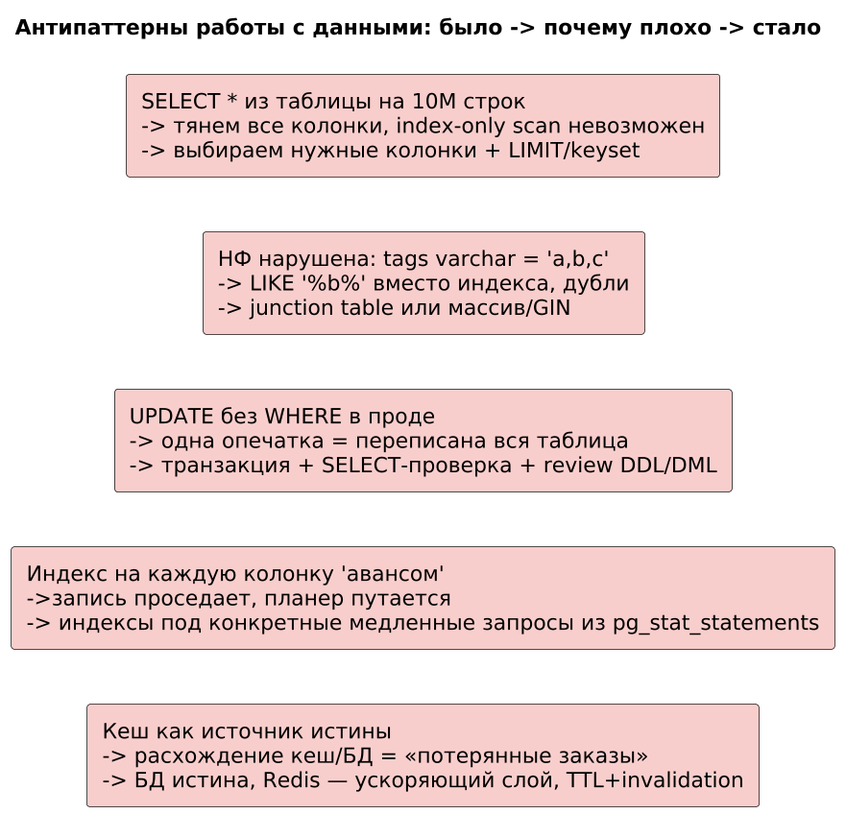
Above: images_m4/m4_09_antipatterns.png in maedodo11/fullstack-system-analyst (PlantUML), before the change. Its source is kept beside it as puml_m4/m4_09_antipatterns.puml. Source of this version:
```plantuml
@startuml m4_09_antipatterns
!pragma layout smetana
skinparam dpi 150
skinparam defaultFontName DejaVu Sans
title Антипаттерны работы с данными: было -> почему плохо -> стало

rectangle "SELECT * из таблицы на 10M строк\n-> тянем все колонки, index-only scan невозможен\n-> выбираем нужные колонки + LIMIT/keyset" as R1 #F8CECC {
}
rectangle "НФ нарушена: tags varchar = 'a,b,c'\n-> LIKE '%b%' вместо индекса, дубли\n-> junction table или массив/GIN" as R2 #F8CECC {
}
rectangle "UPDATE без WHERE в проде\n-> одна опечатка = переписана вся таблица\n-> транзакция + SELECT-проверка + review DDL/DML" as R3 #F8CECC {
}
rectangle "Индекс на каждую колонку 'авансом'\n->запись проседает, планер путается\n-> индексы под конкретные медленные запросы из pg_stat_statements" as R4 #F8CECC {
}
rectangle "Кеш как источник истины\n-> расхождение кеш/БД = «потерянные заказы»\n-> БД истина, Redis — ускоряющий слой, TTL+invalidation" as R5 #F8CECC {
}
R1 -[hidden]down-> R2
R2 -[hidden]down-> R3
R3 -[hidden]down-> R4
R4 -[hidden]down-> R5
@enduml
```
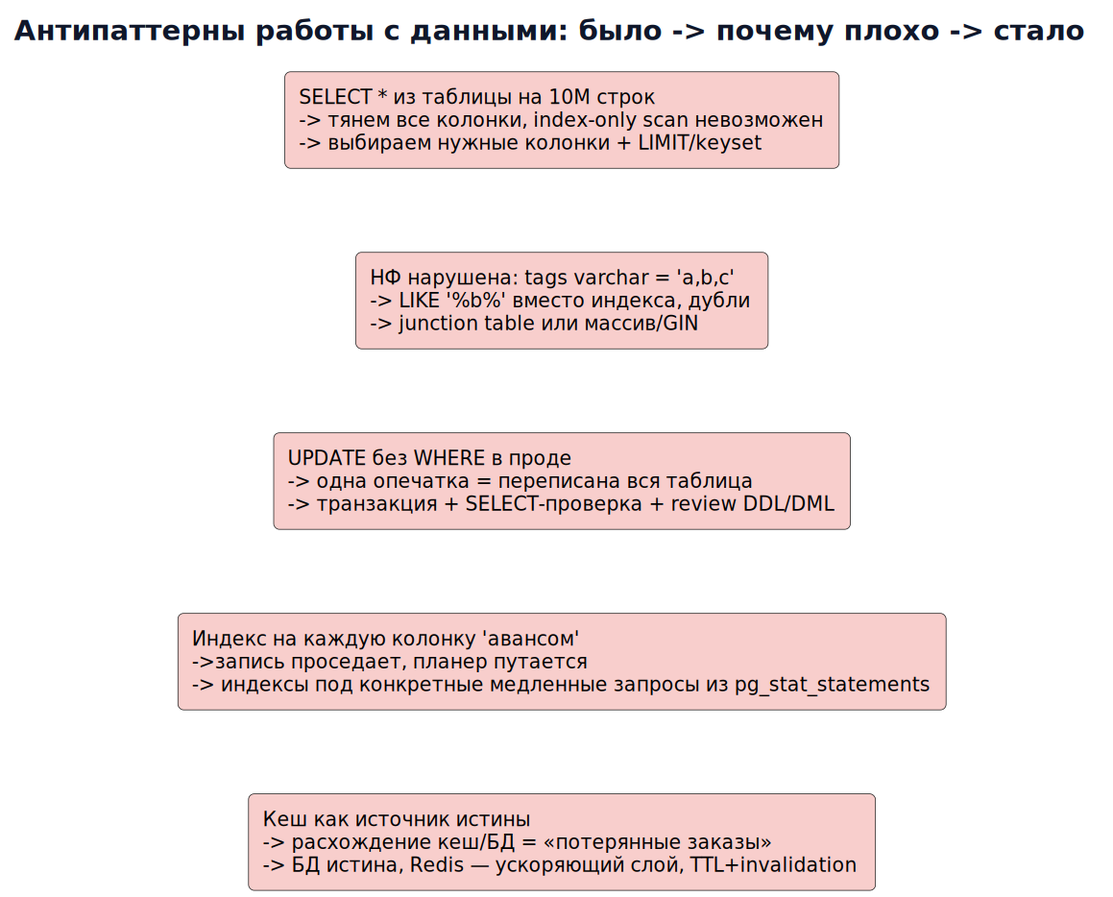
After the change.

What changed in the source:
```diff
@@ -1,7 +1,15 @@
 @startuml m4_09_antipatterns
-!pragma layout smetana
-skinparam dpi 150
-skinparam defaultFontName DejaVu Sans
+skinparam defaultFontName "DejaVu Sans"
+skinparam defaultFontSize 14
+skinparam backgroundColor #FFFFFF
+skinparam shadowing false
+skinparam roundcorner 8
+skinparam ArrowColor #334155
+skinparam titleFontColor #0F172A
+skinparam titleFontSize 20
+skinparam noteBackgroundColor #FFF7ED
+skinparam noteBorderColor #D97706
+skinparam dpi 140
 title Антипаттерны работы с данными: было -> почему плохо -> стало
 
 rectangle "SELECT * из таблицы на 10M строк\n-> тянем все колонки, index-only scan невозможен\n-> выбираем нужные колонки + LIMIT/keyset" as R1 #F8CECC {
```
